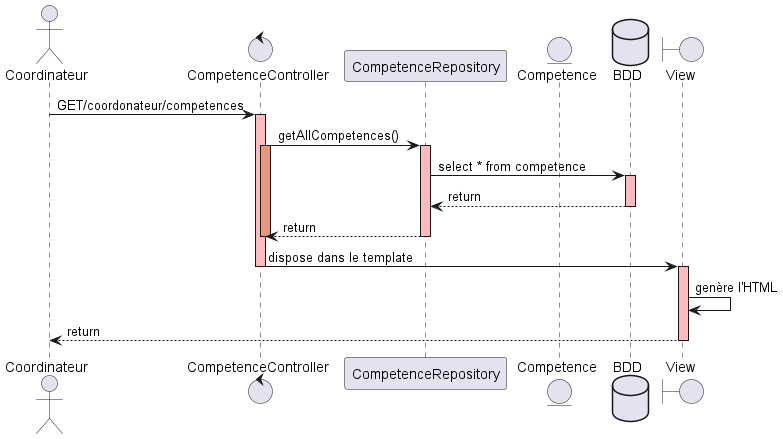
Above: doc/img/SequenceDiagram.png in GreenHawk-99/AppGreta (PlantUML), before the change. The source it was exported from:
```plantuml
@startuml

actor Coordinateur
control "CompetenceController" as CC
participant "CompetenceRepository" as CR
entity "Competence" as C
database "BDD" as BDD
boundary "View" as V

Coordinateur -> CC: GET/coordonateur/competences
activate CC #FFBBBB

CC -> CR: getAllCompetences()
activate CC #DarkSalmon
activate CR #FFBBBB

CR -> BDD: select * from competence
activate BDD #FFBBBB
BDD --> CR: return
deactivate BDD

CR --> CC: return
deactivate CC
deactivate CR

CC -> V: dispose dans le template
deactivate CC
activate V #FFBBBB
V -> V: genère l'HTML
V --> Coordinateur: return
deactivate V

@enduml
```
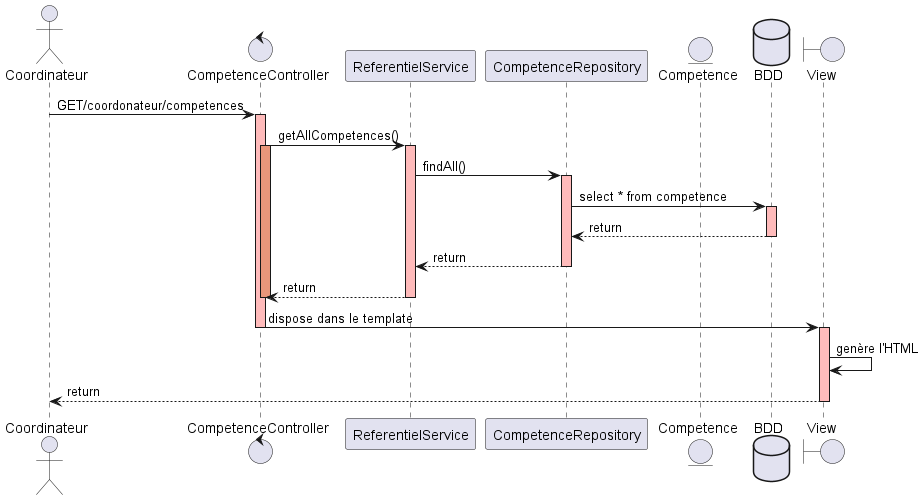
After the commit.

Change to the diagram source:
```diff
@@ -2,6 +2,7 @@
 
 actor Coordinateur
 control "CompetenceController" as CC
+participant "ReferentielService" as CS
 participant "CompetenceRepository" as CR
 entity "Competence" as C
 database "BDD" as BDD
@@ -10,8 +11,11 @@
 Coordinateur -> CC: GET/coordonateur/competences
 activate CC #FFBBBB
 
-CC -> CR: getAllCompetences()
+
+CC -> CS: getAllCompetences()
 activate CC #DarkSalmon
+activate CS #FFBBBB
+CS -> CR: findAll()
 activate CR #FFBBBB
 
 CR -> BDD: select * from competence
@@ -19,9 +23,11 @@
 BDD --> CR: return
 deactivate BDD
 
-CR --> CC: return
+CR --> CS: return
+deactivate CR
+CS --> CC: return
+deactivate CS
 deactivate CC
-deactivate CR
 
 CC -> V: dispose dans le template
 deactivate CC
```
